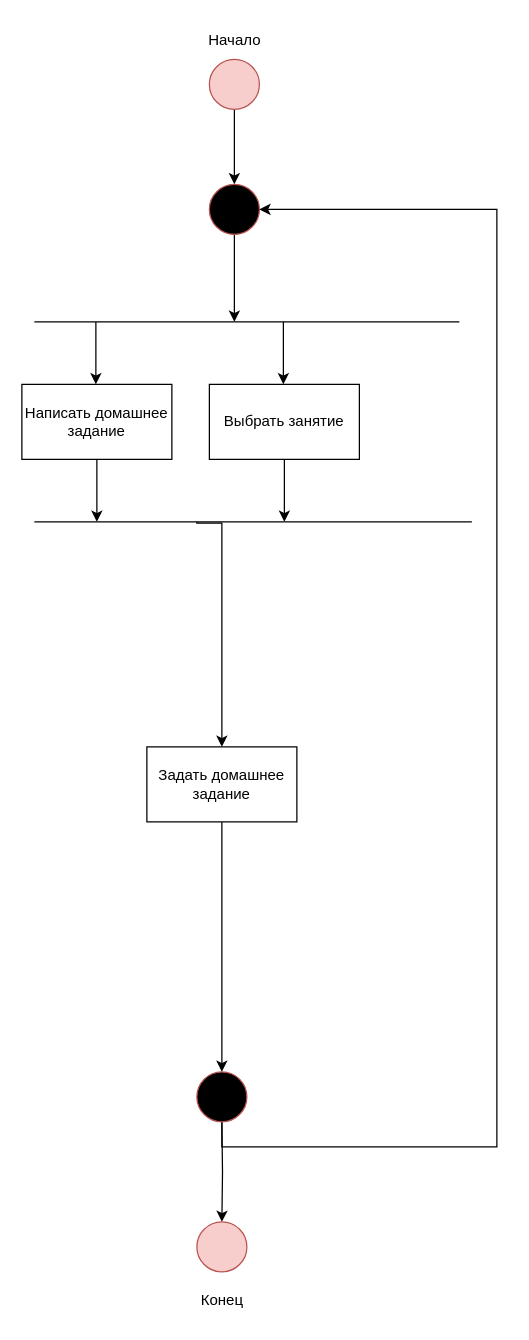
Before: page "Page-2" (2 of 4) of schedule-serviceScenary.drawio in flouressaint/myDiagrams, a draw.io diagram. Source tidied: cells renumbered, new cells numbered last; positions are measured from the earlier drawing's top-left corner, leaving out a move shared by most shapes. Both pictures are drawn from the tidied source at 125%, with x=0, y=0 at pixel (21, 21).
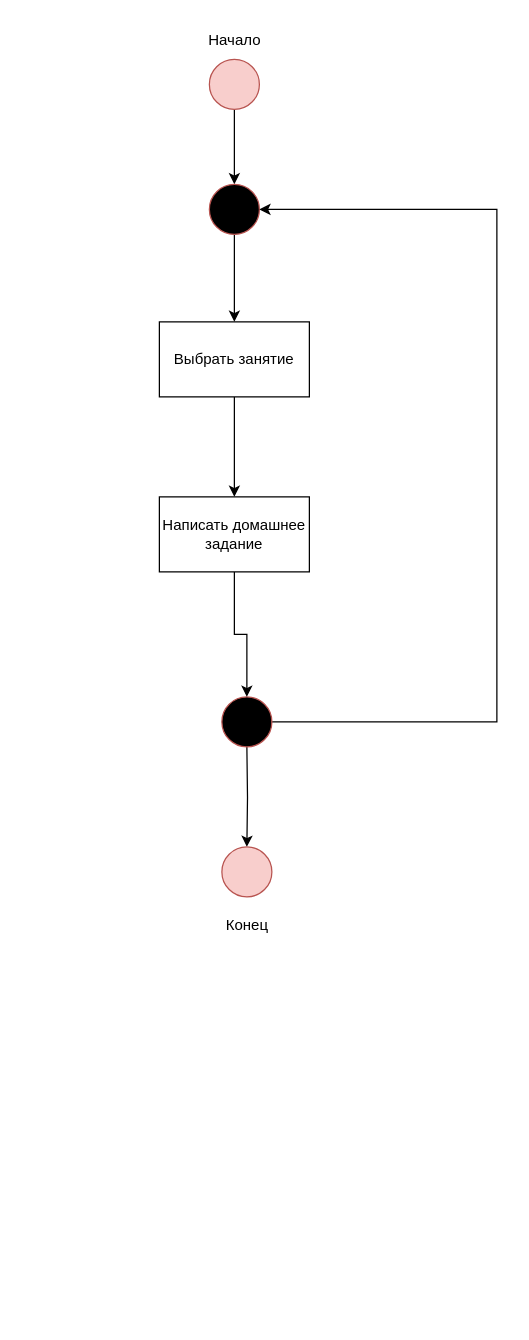
The same page after the edit.

Unchanged cells that the change refers to:
```xml
<mxCell id="9" style="ellipse;whiteSpace=wrap;html=1;fillColor=#000000;strokeColor=#b85450;" parent="1" vertex="1">
  <mxGeometry x="150" y="130" width="40" height="40" as="geometry" />
</mxCell>
```

The edit, as a diff of the source:
```diff
@@
     <mxCell id="5" style="edgeStyle=orthogonalEdgeStyle;rounded=0;jettySize=auto;html=1;" parent="1" edge="1" target="6">
       <mxGeometry relative="1" as="geometry">
-        <mxPoint x="160" y="880" as="sourcePoint" />
+        <mxPoint x="180" y="580" as="sourcePoint" />
       </mxGeometry>
     </mxCell>
     <mxCell id="6" style="ellipse;whiteSpace=wrap;html=1;fillColor=#f8cecc;strokeColor=#b85450;" parent="1" vertex="1">
-      <mxGeometry x="140" y="960" width="40" height="40" as="geometry" />
+      <mxGeometry x="160" y="660" width="40" height="40" as="geometry" />
     </mxCell>
     <mxCell id="7" value="Конец" style="text;html=1;align=center;verticalAlign=middle;strokeColor=none;fillColor=none;" parent="1" vertex="1">
-      <mxGeometry x="130" y="1008" width="60" height="30" as="geometry" />
+      <mxGeometry x="150" y="708" width="60" height="30" as="geometry" />
     </mxCell>
-    <mxCell id="8" style="edgeStyle=orthogonalEdgeStyle;rounded=0;jettySize=auto;html=1;" parent="1" edge="1" source="9">
-      <mxGeometry relative="1" as="geometry">
-        <mxPoint x="170" y="240" as="targetPoint" />
-      </mxGeometry>
-    </mxCell>
+    <mxCell id="23" style="edgeStyle=orthogonalEdgeStyle;rounded=0;jettySize=auto;html=1;" parent="1" edge="1" source="9" target="14">
+      <mxGeometry relative="1" as="geometry" />
+    </mxCell>
@@
-    <mxCell id="10" style="endArrow=none;html=1;rounded=0;" parent="1" edge="1">
-      <mxGeometry relative="1" as="geometry">
-        <mxPoint x="10" y="240" as="sourcePoint" />
-        <mxPoint x="350" y="240" as="targetPoint" />
-      </mxGeometry>
-    </mxCell>
-    <mxCell id="11" value="Написать домашнее задание" style="rounded=0;whiteSpace=wrap;html=1;" parent="1" vertex="1">
-      <mxGeometry y="290" width="120" height="60" as="geometry" />
-    </mxCell>
-    <mxCell id="12" style="endArrow=classic;html=1;rounded=0;exitX=0.5;exitY=1;exitDx=0;exitDy=0;" parent="1" edge="1" source="11">
-      <mxGeometry relative="1" as="geometry">
-        <mxPoint x="60" y="400" as="targetPoint" />
-      </mxGeometry>
-    </mxCell>
-    <mxCell id="13" style="endArrow=classic;html=1;rounded=0;exitX=0.5;exitY=1;exitDx=0;exitDy=0;" parent="1" edge="1">
-      <mxGeometry relative="1" as="geometry">
-        <mxPoint x="59.2" y="240" as="sourcePoint" />
-        <mxPoint x="59.2" y="290" as="targetPoint" />
-      </mxGeometry>
-    </mxCell>
-    <mxCell id="14" value="Выбрать занятие" style="rounded=0;whiteSpace=wrap;html=1;" parent="1" vertex="1">
-      <mxGeometry x="150" y="290" width="120" height="60" as="geometry" />
-    </mxCell>
-    <mxCell id="15" style="endArrow=classic;html=1;rounded=0;exitX=0.5;exitY=1;exitDx=0;exitDy=0;" parent="1" edge="1" source="14">
-      <mxGeometry relative="1" as="geometry">
-        <mxPoint x="210" y="400" as="targetPoint" />
-      </mxGeometry>
-    </mxCell>
-    <mxCell id="16" style="endArrow=classic;html=1;rounded=0;exitX=0.5;exitY=1;exitDx=0;exitDy=0;" parent="1" edge="1">
-      <mxGeometry relative="1" as="geometry">
-        <mxPoint x="209.2" y="240" as="sourcePoint" />
-        <mxPoint x="209.2" y="290" as="targetPoint" />
-      </mxGeometry>
-    </mxCell>
-    <mxCell id="17" style="endArrow=none;html=1;rounded=0;" parent="1" edge="1">
-      <mxGeometry relative="1" as="geometry">
-        <mxPoint x="10" y="400" as="sourcePoint" />
-        <mxPoint x="360" y="400" as="targetPoint" />
-      </mxGeometry>
-    </mxCell>
     <mxCell id="18" style="edgeStyle=orthogonalEdgeStyle;rounded=0;jettySize=auto;html=1;entryX=1;entryY=0.5;entryDx=0;entryDy=0;" parent="1" edge="1" source="19" target="9">
       <mxGeometry relative="1" as="geometry">
         <Array as="points">
-          <mxPoint x="160" y="900" />
-          <mxPoint x="380" y="900" />
+          <mxPoint x="380" y="560" />
           <mxPoint x="380" y="150" />
         </Array>
       </mxGeometry>
     </mxCell>
     <mxCell id="19" style="ellipse;whiteSpace=wrap;html=1;fillColor=#000000;strokeColor=#b85450;" parent="1" vertex="1">
-      <mxGeometry x="140" y="840" width="40" height="40" as="geometry" />
+      <mxGeometry x="160" y="540" width="40" height="40" as="geometry" />
     </mxCell>
-    <mxCell id="20" style="edgeStyle=orthogonalEdgeStyle;rounded=0;jettySize=auto;html=1;" parent="1" edge="1" target="22">
-      <mxGeometry relative="1" as="geometry">
-        <mxPoint x="140" y="400" as="sourcePoint" />
-        <Array as="points">
-          <mxPoint x="160" y="401" />
-          <mxPoint x="160" y="600" />
-        </Array>
-      </mxGeometry>
-    </mxCell>
-    <mxCell id="21" style="edgeStyle=orthogonalEdgeStyle;rounded=0;jettySize=auto;html=1;entryX=0.5;entryY=0;entryDx=0;entryDy=0;" parent="1" edge="1" source="22" target="19">
+    <mxCell id="21" style="edgeStyle=orthogonalEdgeStyle;rounded=0;jettySize=auto;html=1;entryX=0.5;entryY=0;entryDx=0;entryDy=0;exitX=0.5;exitY=1;exitDx=0;exitDy=0;" parent="1" edge="1" source="11" target="19">
       <mxGeometry relative="1" as="geometry" />
     </mxCell>
-    <mxCell id="22" value="Задать домашнее задание" style="rounded=0;whiteSpace=wrap;html=1;" parent="1" vertex="1">
-      <mxGeometry x="100" y="580" width="120" height="60" as="geometry" />
-    </mxCell>
+    <mxCell id="24" style="edgeStyle=orthogonalEdgeStyle;rounded=0;jettySize=auto;html=1;" parent="1" edge="1" source="14" target="11">
+      <mxGeometry relative="1" as="geometry" />
+    </mxCell>
+    <mxCell id="14" value="Выбрать занятие" style="whiteSpace=wrap;html=1;fillColor=default;strokeColor=#000000;" parent="1" vertex="1">
+      <mxGeometry x="110" y="240" width="120" height="60" as="geometry" />
+    </mxCell>
+    <mxCell id="11" value="Написать домашнее задание" style="whiteSpace=wrap;html=1;strokeColor=#000000;" parent="1" vertex="1">
+      <mxGeometry x="110" y="380" width="120" height="60" as="geometry" />
+    </mxCell>
```
